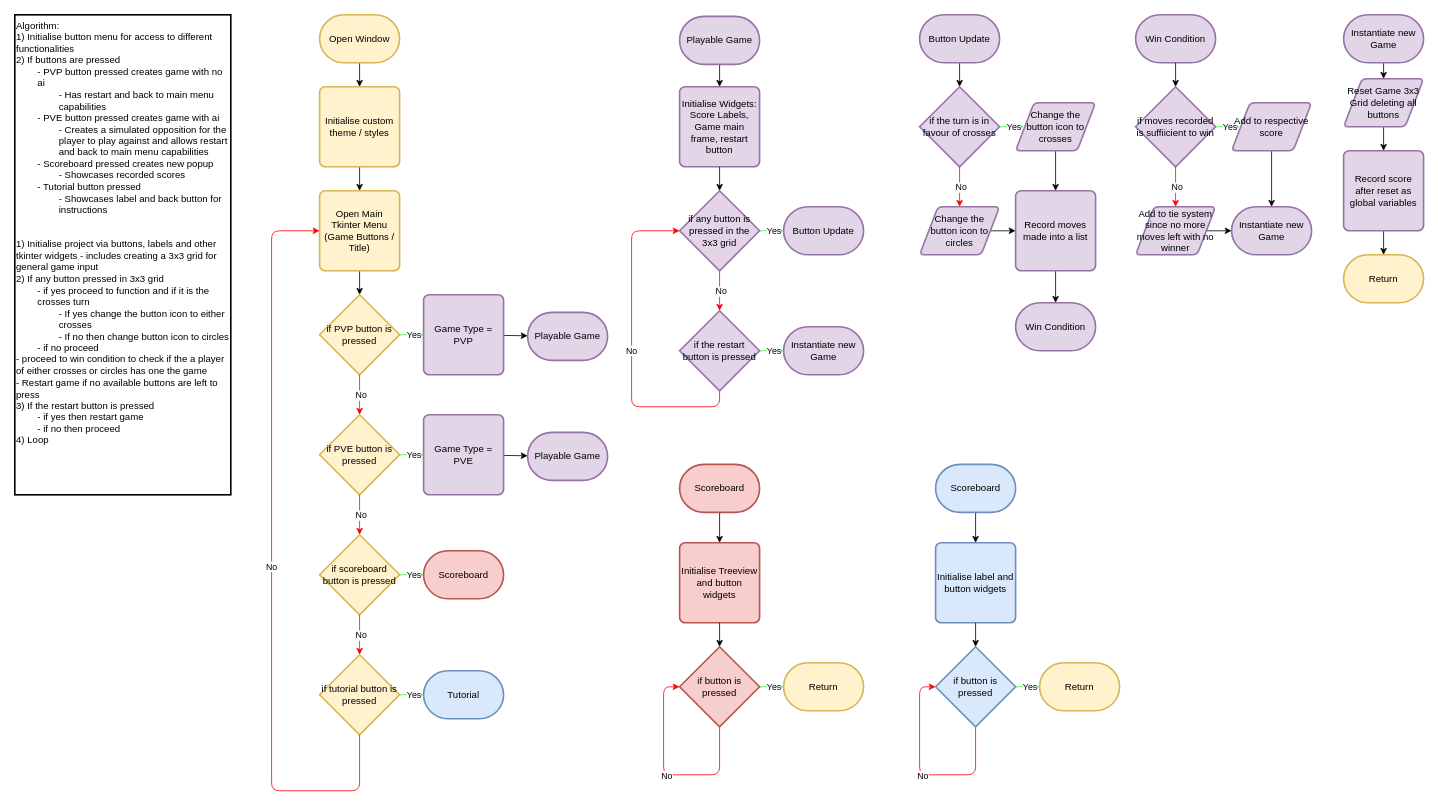
This is planning/Sprint2_Design/Flowchart/Flowchart_Sprint2.drawio from MichaelHayesMC/Tic-Tac-Toe, a draw.io file, before an edit. Source tidied: cells renumbered, new cells numbered last; positions are measured from the earlier drawing's top-left corner, leaving out a move shared by most shapes. Both pictures are drawn from the tidied source at 80%, with x=0, y=0 at pixel (14, 14).
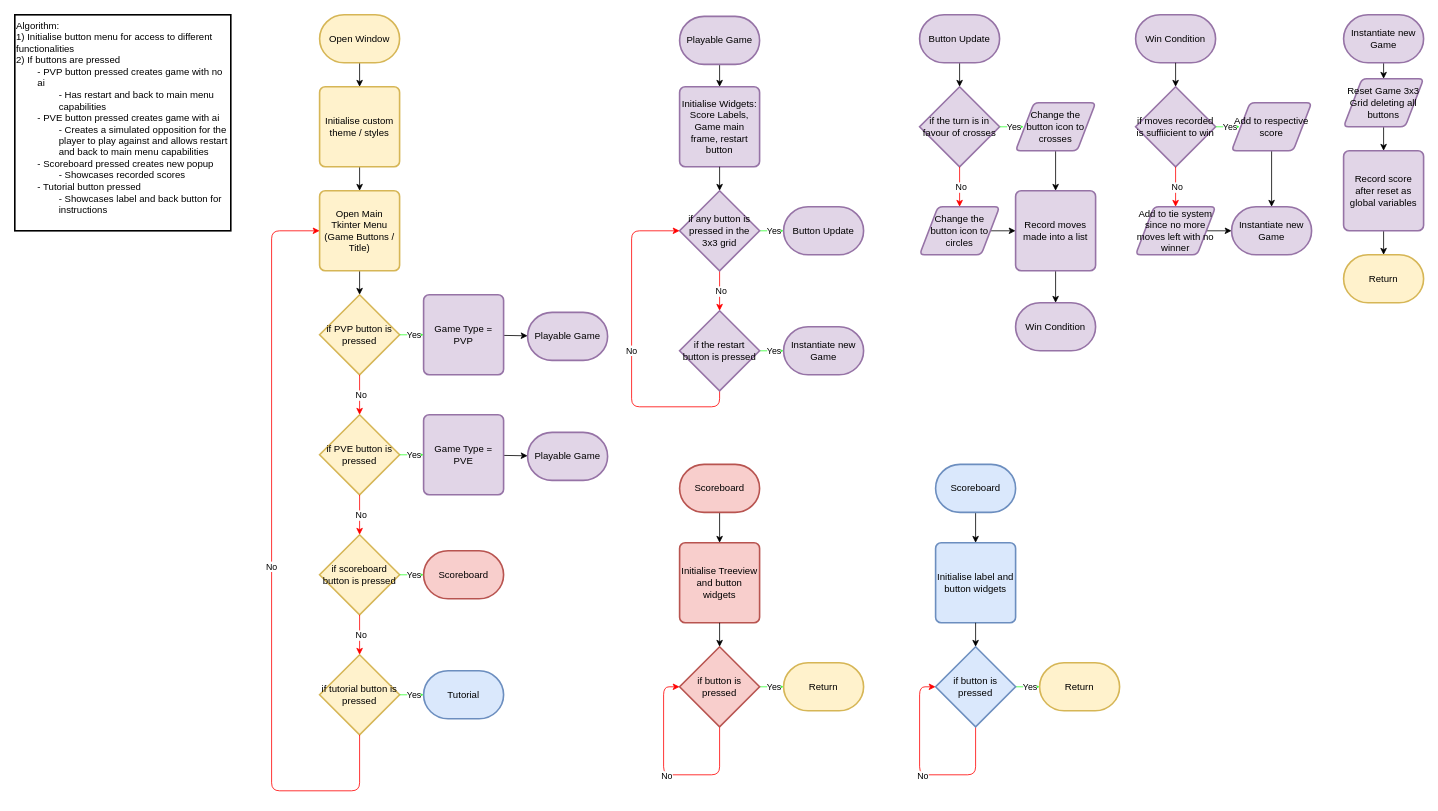
Above is the later version.

Commit message:
Finished sprint 2 flowchart

Diff of the diagram source:
```diff
@@
-    <mxCell id="2" value="&lt;font&gt;Algorithm:&lt;/font&gt;&lt;div&gt;&lt;font&gt;1) Initialise button menu for access to different functionalities&lt;br&gt;2) If buttons are pressed&lt;br&gt;&lt;span style=&quot;white-space: pre;&quot;&gt;&#9;&lt;/span&gt;- PVP button pressed creates game with no &lt;span style=&quot;white-space: pre;&quot;&gt;&#9;&lt;/span&gt;ai&lt;br&gt;&lt;/font&gt;&lt;/div&gt;&lt;div&gt;&lt;font&gt;&lt;span style=&quot;white-space: pre;&quot;&gt;&#9;&lt;/span&gt;&lt;span style=&quot;white-space: pre;&quot;&gt;&#9;&lt;/span&gt;- Has restart and back to main menu &lt;span style=&quot;white-space: pre;&quot;&gt;&#9;&lt;/span&gt;&lt;span style=&quot;white-space: pre;&quot;&gt;&#9;&lt;/span&gt;capabilities&lt;br&gt;&lt;span style=&quot;white-space: pre;&quot;&gt;&#9;&lt;/span&gt;- PVE button pressed creates game with ai&lt;br&gt;&lt;span style=&quot;white-space: pre;&quot;&gt;&#9;&lt;/span&gt;&lt;span style=&quot;white-space: pre;&quot;&gt;&#9;&lt;/span&gt;- Creates a simulated opposition for the &lt;span style=&quot;white-space: pre;&quot;&gt;&#9;&lt;/span&gt;&lt;span style=&quot;white-space: pre;&quot;&gt;&#9;&lt;/span&gt;player to play against and allows restart &lt;span style=&quot;white-space: pre;&quot;&gt;&#9;&lt;/span&gt;&lt;span style=&quot;white-space: pre;&quot;&gt;&#9;&lt;/span&gt;and back to main menu capabilities&lt;br&gt;&lt;span style=&quot;white-space: pre;&quot;&gt;&#9;&lt;/span&gt;- Scoreboard pressed creates new popup&lt;br&gt;&lt;span style=&quot;white-space: pre;&quot;&gt;&#9;&lt;/span&gt;&lt;span style=&quot;white-space: pre;&quot;&gt;&#9;&lt;/span&gt;- Showcases recorded scores&lt;br&gt;&lt;span style=&quot;white-space: pre;&quot;&gt;&#9;&lt;/span&gt;- Tutorial button pressed&lt;br&gt;&lt;span style=&quot;white-space: pre;&quot;&gt;&#9;&lt;/span&gt;&lt;span style=&quot;white-space: pre;&quot;&gt;&#9;&lt;/span&gt;- Showcases label and back button for &lt;span style=&quot;white-space: pre;&quot;&gt;&#9;&lt;/span&gt;&lt;span style=&quot;white-space: pre;&quot;&gt;&#9;&lt;/span&gt;instructions&lt;br&gt;&lt;/font&gt;&lt;/div&gt;&lt;div&gt;&lt;font&gt;&lt;br&gt;&lt;/font&gt;&lt;/div&gt;&lt;div&gt;&lt;font&gt;&lt;br&gt;1) Initialise project via buttons, labels and other tkinter widgets - includes creating a 3x3 grid for general game input&lt;br&gt;2) If any button pressed in 3x3 grid&lt;br&gt;&lt;span style=&quot;white-space: pre;&quot;&gt;&#9;&lt;/span&gt;- if yes proceed to function and if it is the &lt;span style=&quot;white-space: pre;&quot;&gt;&#9;&lt;/span&gt;crosses turn&lt;/font&gt;&lt;div&gt;&lt;font&gt;&lt;span style=&quot;white-space: pre;&quot;&gt;&#9;&lt;/span&gt;&lt;span style=&quot;white-space: pre;&quot;&gt;&#9;&lt;/span&gt;- If yes change the button icon to either &lt;span style=&quot;white-space: pre;&quot;&gt;&#9;&lt;span style=&quot;white-space: pre;&quot;&gt;&#9;&lt;/span&gt;&lt;/span&gt;crosses&lt;/font&gt;&lt;br&gt;&lt;/div&gt;&lt;div&gt;&lt;font&gt;&lt;span style=&quot;white-space: pre;&quot;&gt;&#9;&lt;/span&gt;&lt;span style=&quot;white-space: pre;&quot;&gt;&#9;&lt;/span&gt;- If no then change button icon to circles&lt;br&gt;&lt;/font&gt;&lt;/div&gt;&lt;div&gt;&lt;font&gt;&lt;span style=&quot;white-space: pre;&quot;&gt;&#9;&lt;/span&gt;- if no proceed&lt;br&gt;&lt;/font&gt;&lt;/div&gt;&lt;div&gt;&lt;font&gt;- proceed to win condition to check if the a player of either crosses or circles has one the game&lt;/font&gt;&lt;/div&gt;&lt;div&gt;- Restart game if no available buttons are left to press&lt;/div&gt;&lt;div&gt;&lt;font&gt;3) If the restart button is pressed&lt;/font&gt;&lt;/div&gt;&lt;div&gt;&lt;font&gt;&lt;span style=&quot;white-space: pre;&quot;&gt;&#9;&lt;/span&gt;- if yes then restart game&lt;br&gt;&lt;/font&gt;&lt;/div&gt;&lt;div&gt;&lt;font&gt;&lt;span style=&quot;white-space: pre;&quot;&gt;&#9;&lt;/span&gt;- if no then proceed&lt;br&gt;&lt;/font&gt;&lt;/div&gt;&lt;div&gt;&lt;font&gt;4) Loop&lt;/font&gt;&lt;/div&gt;&lt;div&gt;&lt;/div&gt;&lt;/div&gt;" style="rounded=0;whiteSpace=wrap;html=1;align=left;verticalAlign=top;strokeWidth=2;" parent="1" vertex="1">
-      <mxGeometry width="270" height="600" as="geometry" />
+    <mxCell id="2" value="&lt;font&gt;Algorithm:&lt;/font&gt;&lt;div&gt;&lt;font&gt;1) Initialise button menu for access to different functionalities&lt;br&gt;2) If buttons are pressed&lt;br&gt;&lt;span style=&quot;white-space: pre;&quot;&gt;&#9;&lt;/span&gt;- PVP button pressed creates game with no &lt;span style=&quot;white-space: pre;&quot;&gt;&#9;&lt;/span&gt;ai&lt;br&gt;&lt;/font&gt;&lt;/div&gt;&lt;div&gt;&lt;font&gt;&lt;span style=&quot;white-space: pre;&quot;&gt;&#9;&lt;/span&gt;&lt;span style=&quot;white-space: pre;&quot;&gt;&#9;&lt;/span&gt;- Has restart and back to main menu &lt;span style=&quot;white-space: pre;&quot;&gt;&#9;&lt;/span&gt;&lt;span style=&quot;white-space: pre;&quot;&gt;&#9;&lt;/span&gt;capabilities&lt;br&gt;&lt;span style=&quot;white-space: pre;&quot;&gt;&#9;&lt;/span&gt;- PVE button pressed creates game with ai&lt;br&gt;&lt;span style=&quot;white-space: pre;&quot;&gt;&#9;&lt;/span&gt;&lt;span style=&quot;white-space: pre;&quot;&gt;&#9;&lt;/span&gt;- Creates a simulated opposition for the &lt;span style=&quot;white-space: pre;&quot;&gt;&#9;&lt;/span&gt;&lt;span style=&quot;white-space: pre;&quot;&gt;&#9;&lt;/span&gt;player to play against and allows restart &lt;span style=&quot;white-space: pre;&quot;&gt;&#9;&lt;/span&gt;&lt;span style=&quot;white-space: pre;&quot;&gt;&#9;&lt;/span&gt;and back to main menu capabilities&lt;br&gt;&lt;span style=&quot;white-space: pre;&quot;&gt;&#9;&lt;/span&gt;- Scoreboard pressed creates new popup&lt;br&gt;&lt;span style=&quot;white-space: pre;&quot;&gt;&#9;&lt;/span&gt;&lt;span style=&quot;white-space: pre;&quot;&gt;&#9;&lt;/span&gt;- Showcases recorded scores&lt;br&gt;&lt;span style=&quot;white-space: pre;&quot;&gt;&#9;&lt;/span&gt;- Tutorial button pressed&lt;br&gt;&lt;span style=&quot;white-space: pre;&quot;&gt;&#9;&lt;/span&gt;&lt;span style=&quot;white-space: pre;&quot;&gt;&#9;&lt;/span&gt;- Showcases label and back button for &lt;span style=&quot;white-space: pre;&quot;&gt;&#9;&lt;/span&gt;&lt;span style=&quot;white-space: pre;&quot;&gt;&#9;&lt;/span&gt;instructions&lt;/font&gt;&lt;/div&gt;&lt;div&gt;&lt;div&gt;&lt;/div&gt;&lt;/div&gt;" style="rounded=0;whiteSpace=wrap;html=1;align=left;verticalAlign=top;strokeWidth=2;" parent="1" vertex="1">
+      <mxGeometry width="270" height="270" as="geometry" />
     </mxCell>
```
